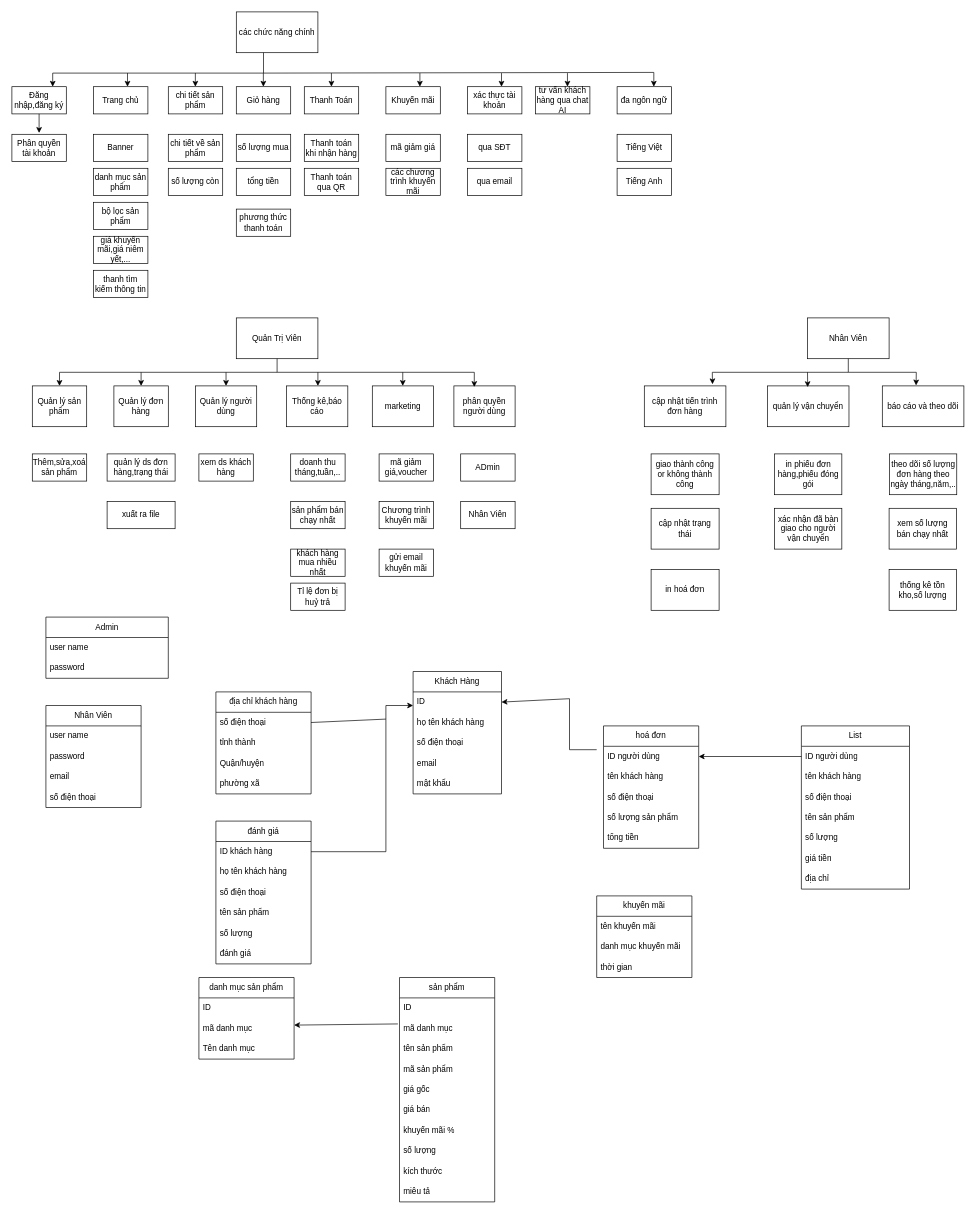
The draw.io diagram Biểu đồ không có tiêu đề.drawio in vuongnd03/black-had, before the edit. Source tidied: cells renumbered, new cells numbered last; positions are measured from the earlier drawing's top-left corner, leaving out a move shared by most shapes. Both pictures are drawn from the tidied source at 68%, with x=0, y=0 at pixel (12, 12).
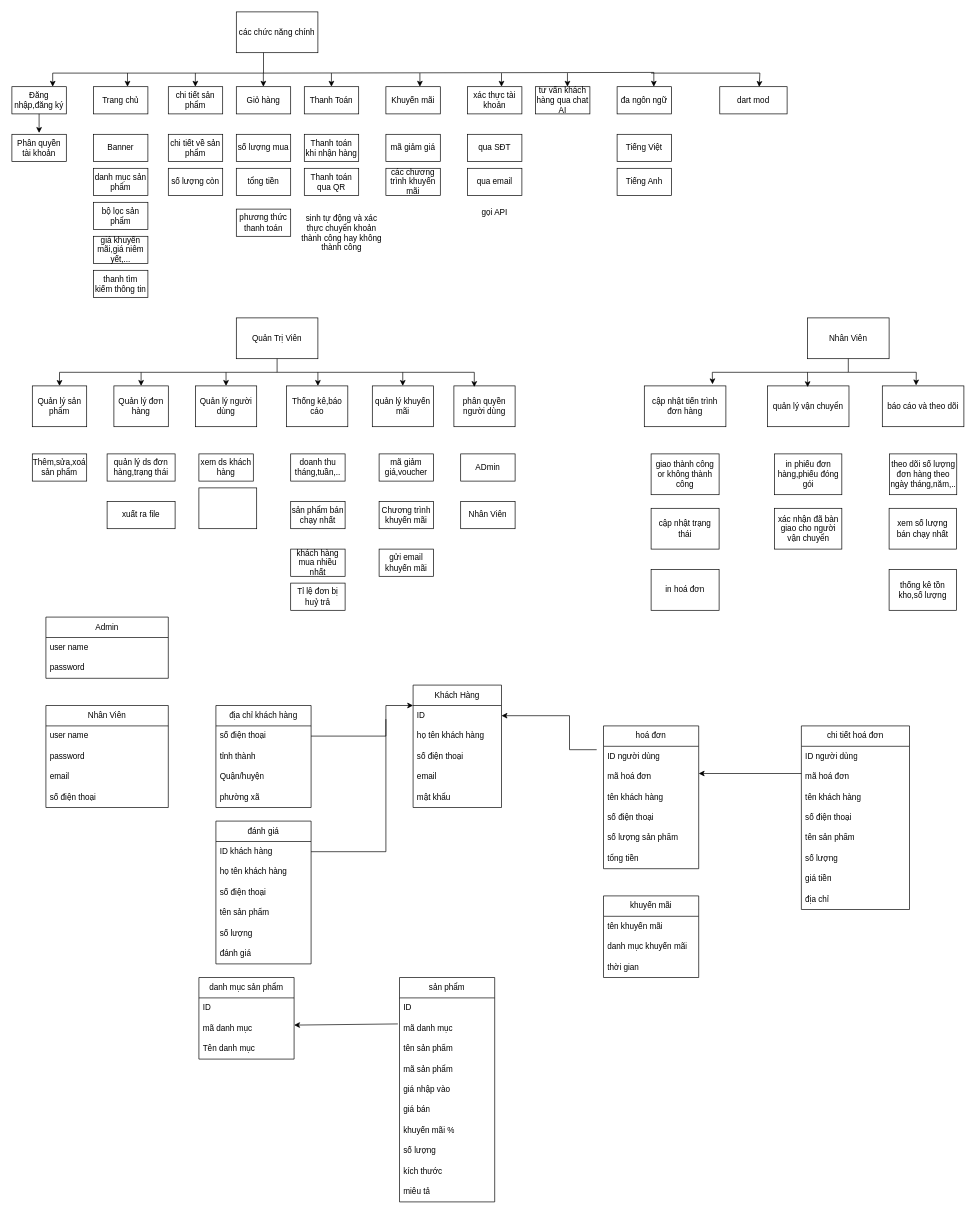
Above is the later version.

Commit message:
Cập nhật Biểu đồ không có tiêu đề.drawio

The change refers to these unchanged cells:
```xml
<mxCell id="91" value="ID" style="text;strokeColor=none;fillColor=none;align=left;verticalAlign=middle;spacingLeft=4;spacingRight=4;overflow=hidden;points=[[0,0.5],[1,0.5]];portConstraint=eastwest;whiteSpace=wrap;html=1;" parent="90" vertex="1">
  <mxGeometry y="30" width="130" height="30" as="geometry" />
</mxCell>
<mxCell id="97" value="số điện thoại" style="text;strokeColor=none;fillColor=none;align=left;verticalAlign=middle;spacingLeft=4;spacingRight=4;overflow=hidden;points=[[0,0.5],[1,0.5]];portConstraint=eastwest;whiteSpace=wrap;html=1;" parent="96" vertex="1">
  <mxGeometry y="30" width="140" height="30" as="geometry" />
</mxCell>
<mxCell id="107" value="sản phẩm" style="swimlane;fontStyle=0;horizontal=1;startSize=30;whiteSpace=wrap;html=1;" parent="1" vertex="1">
  <mxGeometry x="570" y="1420" width="140" height="330" as="geometry" />
</mxCell>
<mxCell id="119" value="ID người dùng" style="text;strokeColor=none;fillColor=none;align=left;verticalAlign=middle;spacingLeft=4;spacingRight=4;overflow=hidden;points=[[0,0.5],[1,0.5]];portConstraint=eastwest;whiteSpace=wrap;html=1;" parent="118" vertex="1">
  <mxGeometry y="30" width="140" height="30" as="geometry" />
</mxCell>
<mxCell id="130" value="ID người dùng" style="text;strokeColor=none;fillColor=none;align=left;verticalAlign=middle;spacingLeft=4;spacingRight=4;overflow=hidden;points=[[0,0.5],[1,0.5]];portConstraint=eastwest;whiteSpace=wrap;html=1;" parent="129" vertex="1">
  <mxGeometry y="30" width="159" height="30" as="geometry" />
</mxCell>
```

The edit, as a diff of the source:
```diff
@@
-    <mxCell id="52" value="marketing" style="rounded=0;whiteSpace=wrap;html=1;" parent="1" vertex="1">
+    <mxCell id="52" value="quản lý khuyến mãi" style="rounded=0;whiteSpace=wrap;html=1;" parent="1" vertex="1">
       <mxGeometry x="530" y="550" width="90" height="60" as="geometry" />
     </mxCell>
@@
     <mxCell id="85" value="Nhân Viên" style="swimlane;fontStyle=0;horizontal=1;startSize=30;whiteSpace=wrap;html=1;" parent="1" vertex="1">
-      <mxGeometry x="50" y="1020" width="140" height="150" as="geometry" />
+      <mxGeometry x="50" y="1020" width="180" height="150" as="geometry" />
     </mxCell>
     <mxCell id="86" value="user name" style="text;strokeColor=none;fillColor=none;align=left;verticalAlign=middle;spacingLeft=4;spacingRight=4;overflow=hidden;whiteSpace=wrap;html=1;" parent="85" vertex="1">
-      <mxGeometry y="30" width="140" height="30" as="geometry" />
+      <mxGeometry y="30" width="180" height="30" as="geometry" />
     </mxCell>
     <mxCell id="87" value="password" style="text;strokeColor=none;fillColor=none;align=left;verticalAlign=middle;spacingLeft=4;spacingRight=4;overflow=hidden;whiteSpace=wrap;html=1;" parent="85" vertex="1">
-      <mxGeometry y="60" width="140" height="30" as="geometry" />
+      <mxGeometry y="60" width="180" height="30" as="geometry" />
     </mxCell>
     <mxCell id="88" value="email" style="text;strokeColor=none;fillColor=none;align=left;verticalAlign=middle;spacingLeft=4;spacingRight=4;overflow=hidden;whiteSpace=wrap;html=1;" parent="85" vertex="1">
-      <mxGeometry y="90" width="140" height="30" as="geometry" />
+      <mxGeometry y="90" width="180" height="30" as="geometry" />
     </mxCell>
     <mxCell id="89" value="số điện thoại" style="text;strokeColor=none;fillColor=none;align=left;verticalAlign=middle;spacingLeft=4;spacingRight=4;overflow=hidden;whiteSpace=wrap;html=1;" parent="85" vertex="1">
-      <mxGeometry y="120" width="140" height="30" as="geometry" />
+      <mxGeometry y="120" width="180" height="30" as="geometry" />
     </mxCell>
     <mxCell id="90" value="Khách Hàng" style="swimlane;fontStyle=0;horizontal=1;startSize=30;whiteSpace=wrap;html=1;" parent="1" vertex="1">
-      <mxGeometry x="590" y="970" width="130" height="180" as="geometry" />
+      <mxGeometry x="590" y="990" width="130" height="180" as="geometry" />
     </mxCell>
@@
     <mxCell id="96" value="địa chỉ khách hàng" style="swimlane;fontStyle=0;horizontal=1;startSize=30;whiteSpace=wrap;html=1;" parent="1" vertex="1">
-      <mxGeometry x="300" y="1000" width="140" height="150" as="geometry" />
+      <mxGeometry x="300" y="1020" width="140" height="150" as="geometry" />
     </mxCell>
@@
     <mxCell id="101" style="endArrow=classic;html=1;rounded=0;exitX=0;exitY=0.5;exitDx=0;exitDy=0;entryX=1;entryY=0.5;entryDx=0;entryDy=0;" parent="1" edge="1" target="91">
       <mxGeometry relative="1" as="geometry">
         <mxPoint x="860" y="1085" as="sourcePoint" />
         <Array as="points">
           <mxPoint x="820" y="1085" />
-          <mxPoint x="820" y="1010" />
+          <mxPoint x="820" y="1035" />
         </Array>
       </mxGeometry>
     </mxCell>
@@
-    <mxCell id="112" value="giá gốc" style="text;strokeColor=none;fillColor=none;align=left;verticalAlign=middle;spacingLeft=4;spacingRight=4;overflow=hidden;whiteSpace=wrap;html=1;" parent="107" vertex="1">
+    <mxCell id="112" value="giá nhập vào" style="text;strokeColor=none;fillColor=none;align=left;verticalAlign=middle;spacingLeft=4;spacingRight=4;overflow=hidden;whiteSpace=wrap;html=1;" parent="107" vertex="1">
       <mxGeometry y="150" width="140" height="30" as="geometry" />
     </mxCell>
@@
     <mxCell id="118" value="hoá đơn" style="swimlane;fontStyle=0;horizontal=1;startSize=30;whiteSpace=wrap;html=1;" parent="1" vertex="1">
-      <mxGeometry x="870" y="1050" width="140" height="180" as="geometry" />
+      <mxGeometry x="870" y="1050" width="140" height="210" as="geometry" />
     </mxCell>
@@
-    <mxCell id="120" value="tên khách hàng" style="text;strokeColor=none;fillColor=none;align=left;verticalAlign=middle;spacingLeft=4;spacingRight=4;overflow=hidden;whiteSpace=wrap;html=1;" parent="118" vertex="1">
+    <mxCell id="120" value="mã hoá đơn" style="text;strokeColor=none;fillColor=none;align=left;verticalAlign=middle;spacingLeft=4;spacingRight=4;overflow=hidden;whiteSpace=wrap;html=1;" parent="118" vertex="1">
       <mxGeometry y="60" width="140" height="30" as="geometry" />
     </mxCell>
+    <mxCell id="146" value="tên khách hàng" style="text;strokeColor=none;fillColor=none;align=left;verticalAlign=middle;spacingLeft=4;spacingRight=4;overflow=hidden;whiteSpace=wrap;html=1;" parent="118" vertex="1">
+      <mxGeometry y="90" width="140" height="30" as="geometry" />
+    </mxCell>
     <mxCell id="121" value="số điện thoại" style="text;strokeColor=none;fillColor=none;align=left;verticalAlign=middle;spacingLeft=4;spacingRight=4;overflow=hidden;whiteSpace=wrap;html=1;" parent="118" vertex="1">
-      <mxGeometry y="90" width="140" height="30" as="geometry" />
+      <mxGeometry y="120" width="140" height="30" as="geometry" />
     </mxCell>
     <mxCell id="122" value="số lượng sản phẩm" style="text;strokeColor=none;fillColor=none;align=left;verticalAlign=middle;spacingLeft=4;spacingRight=4;overflow=hidden;whiteSpace=wrap;html=1;" parent="118" vertex="1">
-      <mxGeometry y="120" width="140" height="30" as="geometry" />
+      <mxGeometry y="150" width="140" height="30" as="geometry" />
     </mxCell>
     <mxCell id="123" value="tổng tiền" style="text;strokeColor=none;fillColor=none;align=left;verticalAlign=middle;spacingLeft=4;spacingRight=4;overflow=hidden;whiteSpace=wrap;html=1;" parent="118" vertex="1">
-      <mxGeometry y="150" width="140" height="30" as="geometry" />
+      <mxGeometry y="180" width="140" height="30" as="geometry" />
     </mxCell>
     <mxCell id="124" style="endArrow=classic;html=1;rounded=0;exitX=1;exitY=0.5;exitDx=0;exitDy=0;" parent="1" edge="1" source="97">
       <mxGeometry relative="1" as="geometry">
         <mxPoint x="590" y="1020" as="targetPoint" />
         <Array as="points">
-          <mxPoint x="550" y="1040" />
+          <mxPoint x="550" y="1065" />
           <mxPoint x="550" y="1020" />
         </Array>
       </mxGeometry>
     </mxCell>
     <mxCell id="125" value="khuyến mãi" style="swimlane;fontStyle=0;horizontal=1;startSize=30;whiteSpace=wrap;html=1;" parent="1" vertex="1">
-      <mxGeometry x="860" y="1300" width="140" height="120" as="geometry" />
+      <mxGeometry x="870" y="1300" width="140" height="120" as="geometry" />
     </mxCell>
@@
-    <mxCell id="129" value="List" style="swimlane;fontStyle=0;horizontal=1;startSize=30;whiteSpace=wrap;html=1;" parent="1" vertex="1">
-      <mxGeometry x="1161" y="1050" width="159" height="240" as="geometry" />
+    <mxCell id="129" value="chi tiết hoá đơn" style="swimlane;fontStyle=0;horizontal=1;startSize=30;whiteSpace=wrap;html=1;" parent="1" vertex="1">
+      <mxGeometry x="1161" y="1050" width="159" height="270" as="geometry" />
     </mxCell>
@@
-    <mxCell id="131" value="tên khách hàng" style="text;strokeColor=none;fillColor=none;align=left;verticalAlign=middle;spacingLeft=4;spacingRight=4;overflow=hidden;whiteSpace=wrap;html=1;" parent="129" vertex="1">
+    <mxCell id="131" value="mã hoá đơn" style="text;strokeColor=none;fillColor=none;align=left;verticalAlign=middle;spacingLeft=4;spacingRight=4;overflow=hidden;whiteSpace=wrap;html=1;" parent="129" vertex="1">
       <mxGeometry y="60" width="159" height="30" as="geometry" />
     </mxCell>
+    <mxCell id="147" value="tên khách hàng" style="text;strokeColor=none;fillColor=none;align=left;verticalAlign=middle;spacingLeft=4;spacingRight=4;overflow=hidden;whiteSpace=wrap;html=1;" parent="129" vertex="1">
+      <mxGeometry y="90" width="159" height="30" as="geometry" />
+    </mxCell>
     <mxCell id="132" value="số điện thoại" style="text;strokeColor=none;fillColor=none;align=left;verticalAlign=middle;spacingLeft=4;spacingRight=4;overflow=hidden;whiteSpace=wrap;html=1;" parent="129" vertex="1">
-      <mxGeometry y="90" width="159" height="30" as="geometry" />
+      <mxGeometry y="120" width="159" height="30" as="geometry" />
     </mxCell>
     <mxCell id="133" value="tên sản phẩm" style="text;strokeColor=none;fillColor=none;align=left;verticalAlign=middle;spacingLeft=4;spacingRight=4;overflow=hidden;whiteSpace=wrap;html=1;" parent="129" vertex="1">
-      <mxGeometry y="120" width="159" height="30" as="geometry" />
+      <mxGeometry y="150" width="159" height="30" as="geometry" />
     </mxCell>
     <mxCell id="134" value="số lượng" style="text;strokeColor=none;fillColor=none;align=left;verticalAlign=middle;spacingLeft=4;spacingRight=4;overflow=hidden;whiteSpace=wrap;html=1;" parent="129" vertex="1">
-      <mxGeometry y="150" width="159" height="30" as="geometry" />
+      <mxGeometry y="180" width="159" height="30" as="geometry" />
     </mxCell>
     <mxCell id="135" value="giá tiền" style="text;strokeColor=none;fillColor=none;align=left;verticalAlign=middle;spacingLeft=4;spacingRight=4;overflow=hidden;whiteSpace=wrap;html=1;" parent="129" vertex="1">
-      <mxGeometry y="180" width="159" height="30" as="geometry" />
+      <mxGeometry y="210" width="159" height="30" as="geometry" />
     </mxCell>
     <mxCell id="136" value="địa chỉ" style="text;strokeColor=none;fillColor=none;align=left;verticalAlign=middle;spacingLeft=4;spacingRight=4;overflow=hidden;whiteSpace=wrap;html=1;" parent="129" vertex="1">
-      <mxGeometry y="210" width="159" height="30" as="geometry" />
+      <mxGeometry y="240" width="159" height="30" as="geometry" />
     </mxCell>
-    <mxCell id="137" style="endArrow=classic;html=1;rounded=0;exitX=0;exitY=0.5;exitDx=0;exitDy=0;entryX=1;entryY=0.5;entryDx=0;entryDy=0;" parent="1" edge="1" source="130" target="119">
-      <mxGeometry relative="1" as="geometry" />
+    <mxCell id="137" style="endArrow=classic;html=1;rounded=0;exitX=0;exitY=0.5;exitDx=0;exitDy=0;entryX=1;entryY=0.5;entryDx=0;entryDy=0;" parent="1" edge="1">
+      <mxGeometry relative="1" as="geometry">
+        <mxPoint x="1161" y="1120" as="sourcePoint" />
+        <mxPoint x="1010" y="1120" as="targetPoint" />
+      </mxGeometry>
     </mxCell>
@@
+    <mxCell id="148" value="dart mod" style="rounded=0;whiteSpace=wrap;html=1;" parent="1" vertex="1">
+      <mxGeometry x="1041" y="110" width="99" height="40" as="geometry" />
+    </mxCell>
+    <mxCell id="149" value="sinh tự động và xác thực chuyển khoản thành công hay không thành công" style="text;html=1;align=center;verticalAlign=middle;whiteSpace=wrap;rounded=0;" parent="1" vertex="1">
+      <mxGeometry x="420" y="310" width="130" height="30" as="geometry" />
+    </mxCell>
+    <mxCell id="150" style="rounded=0;whiteSpace=wrap;html=1;" parent="1" vertex="1">
+      <mxGeometry x="275" y="700" width="85" height="60" as="geometry" />
+    </mxCell>
+    <mxCell id="151" value="gọi API" style="text;html=1;align=center;verticalAlign=middle;whiteSpace=wrap;rounded=0;" parent="1" vertex="1">
+      <mxGeometry x="670" y="280" width="80" height="30" as="geometry" />
+    </mxCell>
+    <mxCell id="152" style="endArrow=none;html=1;rounded=0;" parent="1" edge="1">
+      <mxGeometry relative="1" as="geometry">
+        <mxPoint x="940" y="90" as="sourcePoint" />
+        <mxPoint x="1100" y="90" as="targetPoint" />
+      </mxGeometry>
+    </mxCell>
+    <mxCell id="153" style="endArrow=classic;html=1;rounded=0;entryX=0.585;entryY=0.007;entryDx=0;entryDy=0;entryPerimeter=0;" parent="1" edge="1" target="148">
+      <mxGeometry relative="1" as="geometry">
+        <mxPoint x="1100" y="90" as="sourcePoint" />
+      </mxGeometry>
+    </mxCell>
```
